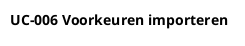
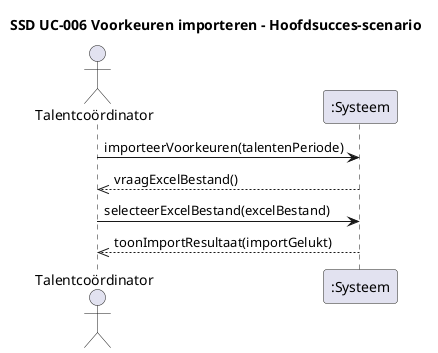
@startuml
- title UC-006 Voorkeuren importeren

- @enduml
+ title SSD UC-006 Voorkeuren importeren - Hoofdsucces-scenario
+ 
+ actor "Talentcoördinator" as TalentCoordinator
+ participant ":Systeem" as Systeem
+ 
+ TalentCoordinator -> Systeem : importeerVoorkeuren(talentenPeriode)
+ 
+ 
+ Systeem -->> TalentCoordinator : vraagExcelBestand()
+ 
+ TalentCoordinator -> Systeem : selecteerExcelBestand(excelBestand)
+ 
+ Systeem -->> TalentCoordinator : toonImportResultaat(importGelukt)
+ 
+ @enduml